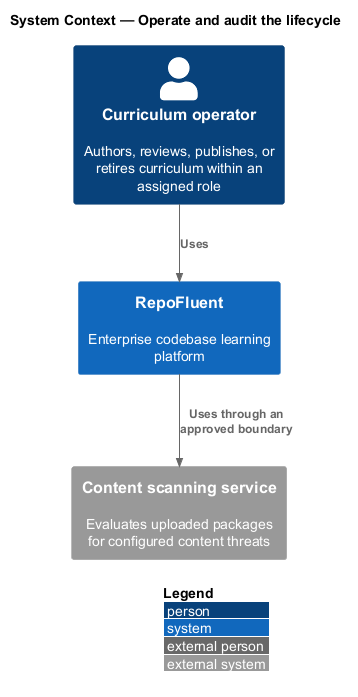
Before: docs/detailed-designs/04-curriculum-lifecycle/operate-and-audit-lifecycle/diagrams/c4-context.png, a diagram exported from PlantUML (QuinntyneBrown/RepoFluent).
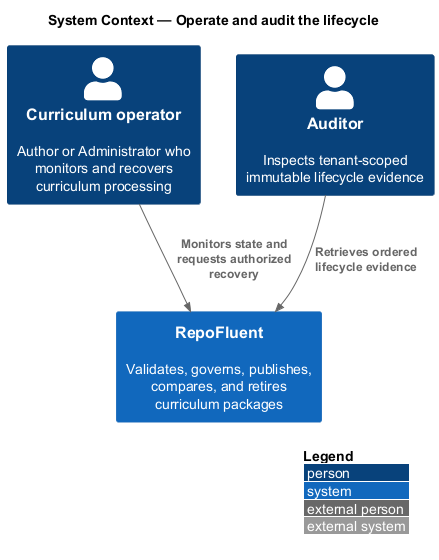
After the commit.

Diff of the diagram source:
```diff
@@ -3,10 +3,10 @@
 LAYOUT_WITH_LEGEND()
 title System Context — Operate and audit the lifecycle
 
-Person(actor, "Curriculum operator", "Authors, reviews, publishes, or retires curriculum within an assigned role")
-System(repofluent, "RepoFluent", "Enterprise codebase learning platform")
-System_Ext(dependency, "Content scanning service", "Evaluates uploaded packages for configured content threats")
+Person(operator, "Curriculum operator", "Author or Administrator who monitors and recovers curriculum processing")
+Person(auditor, "Auditor", "Inspects tenant-scoped immutable lifecycle evidence")
+System(repofluent, "RepoFluent", "Validates, governs, publishes, compares, and retires curriculum packages")
 
-Rel(actor, repofluent, "Uses")
-Rel(repofluent, dependency, "Uses through an approved boundary")
+Rel(operator, repofluent, "Monitors state and requests authorized recovery")
+Rel(auditor, repofluent, "Retrieves ordered lifecycle evidence")
 @enduml
```
